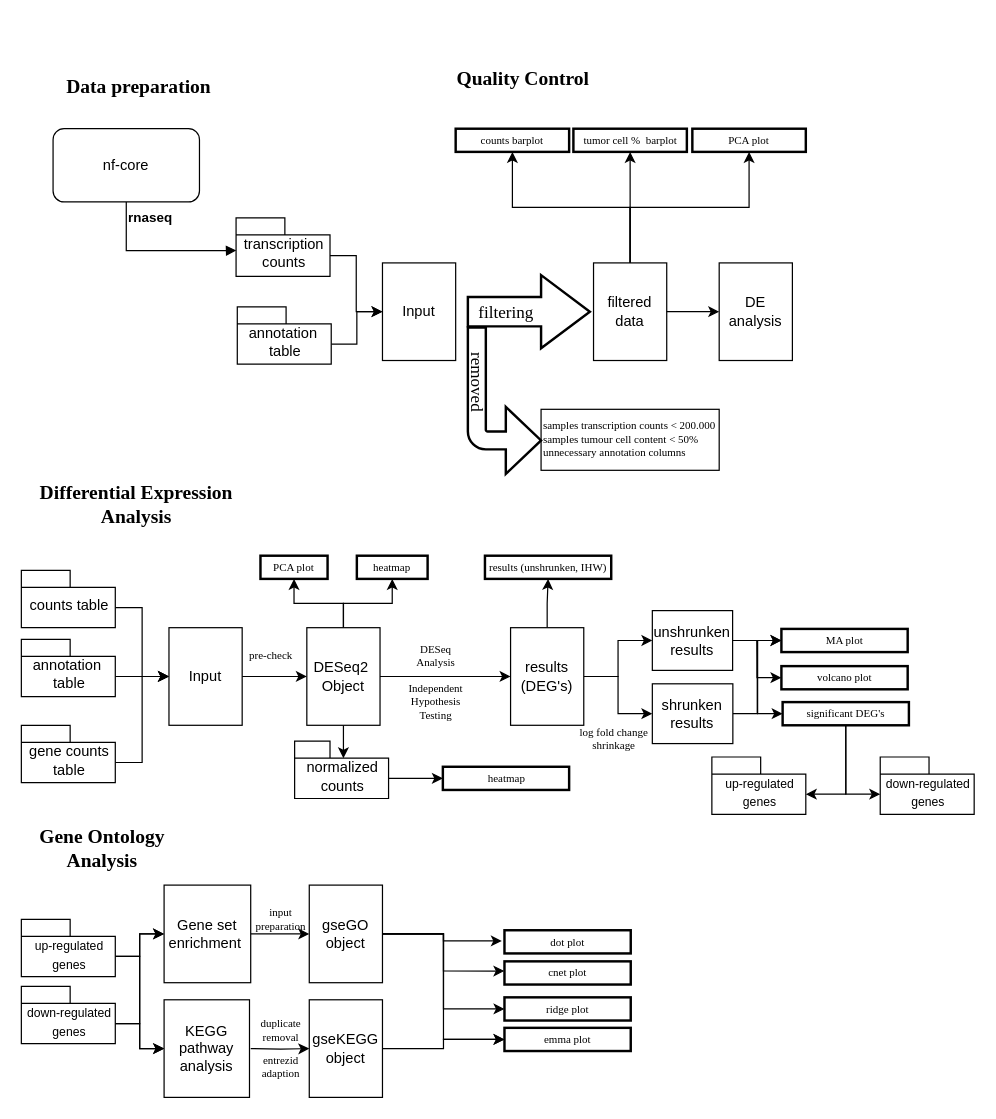
Earlier version of the draw.io diagram bin/pipeline workflow.drawio (KoenVanderBurg/Thesis_project). Source tidied: cells renumbered, new cells numbered last; positions are measured from the earlier drawing's top-left corner, leaving out a move shared by most shapes. Both pictures are drawn from the tidied source at 122%, with x=0, y=0 at pixel (21, 60).
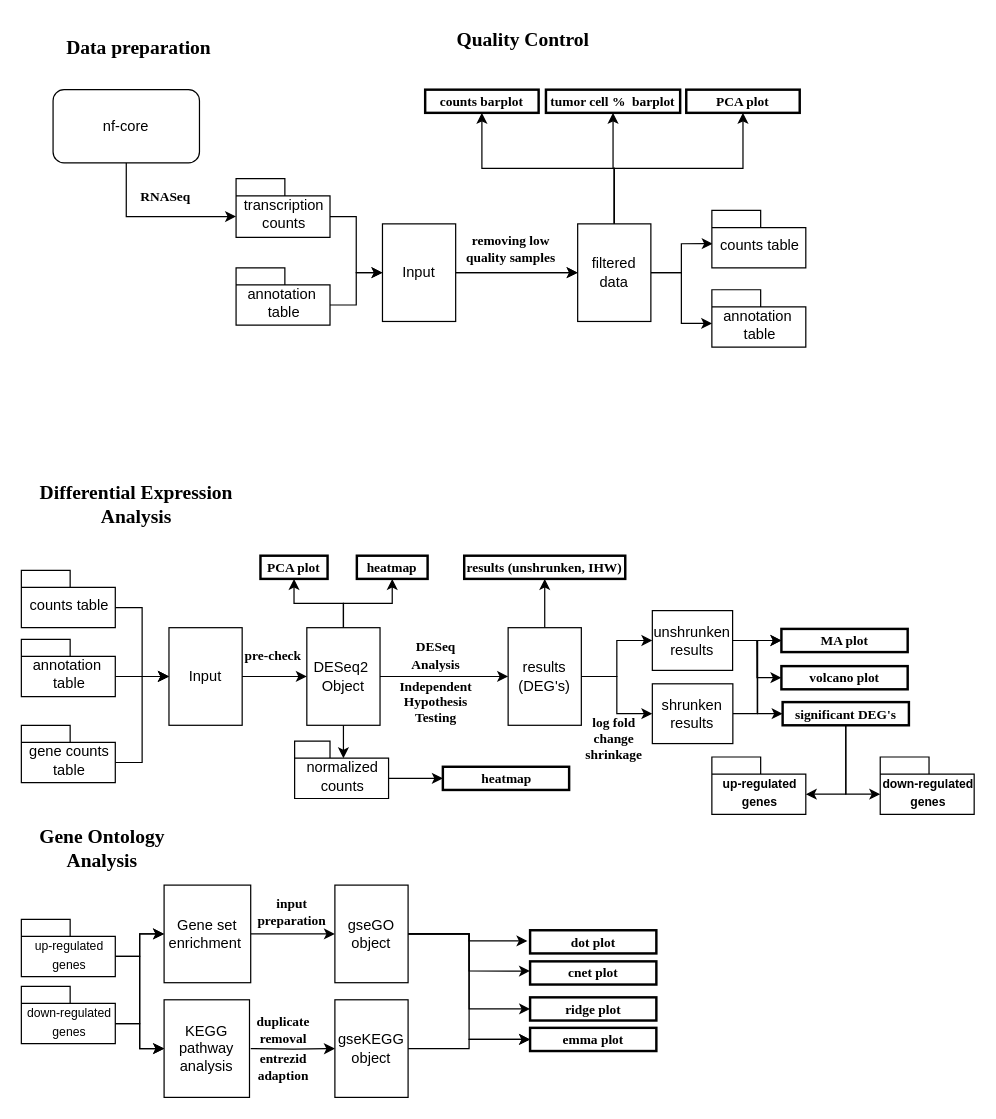
Above is the later version.

What changed in the source:
```diff
@@
+    <mxCell id="90" style="edgeStyle=orthogonalEdgeStyle;rounded=0;jettySize=auto;html=1;exitX=1;exitY=0.5;exitDx=0;exitDy=0;entryX=0;entryY=0.5;entryDx=0;entryDy=0;fontSize=13;" parent="1" edge="1" source="2" target="18">
+      <mxGeometry relative="1" as="geometry" />
+    </mxCell>
+    <mxCell id="91" style="edgeStyle=orthogonalEdgeStyle;rounded=0;jettySize=auto;html=1;fontSize=12;" parent="1" edge="1" source="2" target="18">
+      <mxGeometry relative="1" as="geometry" />
+    </mxCell>
     <mxCell id="2" value="Input" style="rounded=0;whiteSpace=wrap;html=1;" parent="1" vertex="1">
-      <mxGeometry x="296" y="166" width="60" height="80" as="geometry" />
+      <mxGeometry x="296" y="134" width="60" height="80" as="geometry" />
     </mxCell>
@@
     <mxCell id="4" value="&lt;span style=&quot;font-weight: normal;&quot;&gt;transcription &lt;br&gt;counts&lt;/span&gt;" style="shape=folder;fontStyle=1;spacingTop=10;tabWidth=40;tabHeight=14;tabPosition=left;html=1;" parent="1" vertex="1">
-      <mxGeometry x="176" y="129" width="77" height="48" as="geometry" />
+      <mxGeometry x="176" y="97" width="77" height="48" as="geometry" />
     </mxCell>
+    <mxCell id="6" style="edgeStyle=orthogonalEdgeStyle;rounded=0;jettySize=auto;html=1;exitX=0.5;exitY=1;exitDx=0;exitDy=0;entryX=0;entryY=0;entryDx=0;entryDy=31;entryPerimeter=0;fontSize=12;" parent="1" edge="1" source="5" target="4">
+      <mxGeometry relative="1" as="geometry" />
+    </mxCell>
     <mxCell id="5" value="nf-core" style="rounded=1;whiteSpace=wrap;html=1;" parent="1" vertex="1">
-      <mxGeometry x="26" y="56" width="120" height="60" as="geometry" />
+      <mxGeometry x="26" y="24" width="120" height="60" as="geometry" />
     </mxCell>
-    <mxCell id="6" value="&lt;b&gt;rnaseq&lt;/b&gt;" style="endArrow=block;endFill=1;html=1;edgeStyle=orthogonalEdgeStyle;align=left;verticalAlign=top;rounded=0;exitX=0.5;exitY=1;exitDx=0;exitDy=0;entryX=0.003;entryY=0.557;entryDx=0;entryDy=0;entryPerimeter=0;" parent="1" edge="1" source="5" target="4">
-      <mxGeometry x="-1" relative="1" as="geometry">
-        <Array as="points">
-          <mxPoint x="86" y="156" />
-          <mxPoint x="165" y="156" />
-          <mxPoint x="165" y="155" />
-        </Array>
-      </mxGeometry>
-    </mxCell>
@@
     <mxCell id="8" value="&lt;span style=&quot;font-weight: normal;&quot;&gt;annotation&amp;nbsp;&lt;br&gt;table&lt;/span&gt;" style="shape=folder;fontStyle=1;spacingTop=10;tabWidth=40;tabHeight=14;tabPosition=left;html=1;" parent="1" vertex="1">
-      <mxGeometry x="177" y="202" width="77" height="47" as="geometry" />
+      <mxGeometry x="176" y="170" width="77" height="47" as="geometry" />
     </mxCell>
     <mxCell id="9" value="Quality Control" style="text;html=1;align=center;verticalAlign=middle;strokeColor=none;fillColor=none;fontSize=16;fontFamily=Times New Roman;fontStyle=1;" parent="1" vertex="1">
-      <mxGeometry x="345.5" width="130" height="30" as="geometry" />
+      <mxGeometry x="345.5" y="-32" width="130" height="30" as="geometry" />
     </mxCell>
     <mxCell id="10" value="Data preparation" style="text;html=1;align=center;verticalAlign=middle;strokeColor=none;fillColor=none;fontSize=16;fontFamily=Times New Roman;fontStyle=1;" parent="1" vertex="1">
-      <mxGeometry x="26" y="6" width="140" height="30" as="geometry" />
+      <mxGeometry x="26" y="-26" width="140" height="30" as="geometry" />
     </mxCell>
-    <mxCell id="11" value="&lt;font style=&quot;font-size: 14px;&quot;&gt;&amp;nbsp; filtering&lt;/font&gt;" style="verticalLabelPosition=middle;verticalAlign=middle;html=1;strokeWidth=2;shape=mxgraph.arrows2.arrow;dy=0.6;dx=40;notch=0;fontFamily=Times New Roman;fontSize=16;labelPosition=center;align=left;" parent="1" vertex="1">
-      <mxGeometry x="366" y="176" width="100" height="60" as="geometry" />
-    </mxCell>
-    <mxCell id="12" value="&lt;span style=&quot;background-color: initial; font-size: 9px;&quot;&gt;samples transcription counts &amp;lt; 200.000&lt;/span&gt;&lt;br style=&quot;font-size: 9px;&quot;&gt;&lt;span style=&quot;background-color: initial;&quot;&gt;samples tumour cell content &amp;lt; 50%&lt;br&gt;unnecessary annotation columns&amp;nbsp;&lt;br&gt;&lt;/span&gt;" style="html=1;fontFamily=Times New Roman;fontSize=9;align=left;labelPosition=center;verticalLabelPosition=middle;verticalAlign=middle;" parent="1" vertex="1">
-      <mxGeometry x="426" y="286" width="146" height="50" as="geometry" />
-    </mxCell>
-    <mxCell id="13" style="html=1;shadow=0;dashed=0;align=center;verticalAlign=middle;shape=mxgraph.arrows2.bendArrow;dy=7.36;dx=28.9;notch=0;arrowHead=55;rounded=1;fontFamily=Times New Roman;fontSize=14;rotation=0;direction=east;flipV=1;fontStyle=1;strokeWidth=2;" parent="1" vertex="1">
-      <mxGeometry x="366" y="219" width="60" height="120" as="geometry" />
-    </mxCell>
-    <mxCell id="14" value="removed" style="text;html=1;strokeColor=none;fillColor=none;align=center;verticalAlign=middle;whiteSpace=wrap;rounded=0;fontFamily=Times New Roman;fontSize=14;rotation=90;" parent="1" vertex="1">
-      <mxGeometry x="340" y="249" width="66" height="30" as="geometry" />
-    </mxCell>
@@
+    <mxCell id="92" style="edgeStyle=orthogonalEdgeStyle;rounded=0;jettySize=auto;html=1;exitX=1;exitY=0.5;exitDx=0;exitDy=0;entryX=0.009;entryY=0.58;entryDx=0;entryDy=0;entryPerimeter=0;fontSize=13;" parent="1" edge="1" source="18" target="96">
+      <mxGeometry relative="1" as="geometry" />
+    </mxCell>
+    <mxCell id="93" style="edgeStyle=orthogonalEdgeStyle;rounded=0;jettySize=auto;html=1;entryX=0.003;entryY=0.587;entryDx=0;entryDy=0;entryPerimeter=0;fontSize=13;" parent="1" edge="1" source="18" target="95">
+      <mxGeometry relative="1" as="geometry" />
+    </mxCell>
     <mxCell id="18" value="filtered data" style="rounded=0;whiteSpace=wrap;html=1;" parent="1" vertex="1">
-      <mxGeometry x="469" y="166" width="60" height="80" as="geometry" />
+      <mxGeometry x="456" y="134" width="60" height="80" as="geometry" />
     </mxCell>
-    <mxCell id="19" value="counts barplot" style="rounded=0;whiteSpace=wrap;html=1;fontFamily=Times New Roman;fontSize=9;strokeWidth=2;" parent="1" vertex="1">
-      <mxGeometry x="356" y="56" width="93" height="19" as="geometry" />
+    <mxCell id="19" value="counts barplot" style="rounded=0;whiteSpace=wrap;html=1;fontFamily=Times New Roman;fontSize=11;strokeWidth=2;fontStyle=1;" parent="1" vertex="1">
+      <mxGeometry x="331" y="24" width="93" height="19" as="geometry" />
     </mxCell>
-    <mxCell id="20" value="tumor cell %&amp;nbsp; barplot" style="rounded=0;whiteSpace=wrap;html=1;fontFamily=Times New Roman;fontSize=9;strokeWidth=2;" parent="1" vertex="1">
-      <mxGeometry x="452.5" y="56" width="93" height="19" as="geometry" />
+    <mxCell id="20" value="tumor cell %&amp;nbsp; barplot" style="rounded=0;whiteSpace=wrap;html=1;fontFamily=Times New Roman;fontSize=11;strokeWidth=2;fontStyle=1;" parent="1" vertex="1">
+      <mxGeometry x="430" y="24" width="110" height="19" as="geometry" />
     </mxCell>
-    <mxCell id="21" value="PCA plot" style="rounded=0;whiteSpace=wrap;html=1;fontFamily=Times New Roman;fontSize=9;strokeWidth=2;" parent="1" vertex="1">
-      <mxGeometry x="550" y="56" width="93" height="19" as="geometry" />
+    <mxCell id="21" value="PCA plot" style="rounded=0;whiteSpace=wrap;html=1;fontFamily=Times New Roman;fontSize=11;strokeWidth=2;fontStyle=1;" parent="1" vertex="1">
+      <mxGeometry x="545" y="24" width="93" height="19" as="geometry" />
     </mxCell>
-    <mxCell id="22" value="DE analysis" style="rounded=0;whiteSpace=wrap;html=1;" parent="1" vertex="1">
-      <mxGeometry x="572" y="166" width="60" height="80" as="geometry" />
-    </mxCell>
-    <mxCell id="23" style="endArrow=classic;html=1;rounded=0;fontFamily=Times New Roman;fontSize=9;entryX=0;entryY=0.5;entryDx=0;entryDy=0;exitX=1;exitY=0.5;exitDx=0;exitDy=0;" parent="1" edge="1" source="18" target="22">
-      <mxGeometry relative="1" as="geometry" />
-    </mxCell>
@@
-    <mxCell id="38" value="pre-check&amp;nbsp;" style="text;html=1;strokeColor=none;fillColor=none;align=center;verticalAlign=middle;whiteSpace=wrap;rounded=0;fontFamily=Times New Roman;fontSize=9;" parent="1" vertex="1">
-      <mxGeometry x="176" y="473" width="60" height="30" as="geometry" />
+    <mxCell id="38" value="pre-check&amp;nbsp;" style="text;html=1;strokeColor=none;fillColor=none;align=center;verticalAlign=middle;whiteSpace=wrap;rounded=0;fontFamily=Times New Roman;fontSize=11;fontStyle=1;" parent="1" vertex="1">
+      <mxGeometry x="178" y="473" width="60" height="30" as="geometry" />
     </mxCell>
-    <mxCell id="39" value="PCA plot" style="rounded=0;whiteSpace=wrap;html=1;fontFamily=Times New Roman;fontSize=9;strokeWidth=2;" parent="1" vertex="1">
+    <mxCell id="39" value="PCA plot" style="rounded=0;whiteSpace=wrap;html=1;fontFamily=Times New Roman;fontSize=11;strokeWidth=2;fontStyle=1;" parent="1" vertex="1">
       <mxGeometry x="196" y="406" width="55" height="19" as="geometry" />
     </mxCell>
-    <mxCell id="40" value="heatmap" style="rounded=0;whiteSpace=wrap;html=1;fontFamily=Times New Roman;fontSize=9;strokeWidth=2;" parent="1" vertex="1">
+    <mxCell id="40" value="heatmap" style="rounded=0;whiteSpace=wrap;html=1;fontFamily=Times New Roman;fontSize=11;strokeWidth=2;fontStyle=1;" parent="1" vertex="1">
       <mxGeometry x="275" y="406" width="58" height="19" as="geometry" />
     </mxCell>
@@
     <mxCell id="44" value="results (DEG's)" style="rounded=0;whiteSpace=wrap;html=1;" parent="1" vertex="1">
-      <mxGeometry x="401" y="465" width="60" height="80" as="geometry" />
+      <mxGeometry x="399" y="465" width="60" height="80" as="geometry" />
     </mxCell>
-    <mxCell id="45" value="DESeq Analysis" style="text;html=1;strokeColor=none;fillColor=none;align=center;verticalAlign=middle;whiteSpace=wrap;rounded=0;fontFamily=Times New Roman;fontSize=9;" parent="1" vertex="1">
+    <mxCell id="45" value="DESeq Analysis" style="text;html=1;strokeColor=none;fillColor=none;align=center;verticalAlign=middle;whiteSpace=wrap;rounded=0;fontFamily=Times New Roman;fontSize=11;fontStyle=1;" parent="1" vertex="1">
       <mxGeometry x="309.5" y="473" width="60" height="30" as="geometry" />
     </mxCell>
-    <mxCell id="46" value="Independent Hypothesis Testing" style="text;html=1;strokeColor=none;fillColor=none;align=center;verticalAlign=middle;whiteSpace=wrap;rounded=0;fontFamily=Times New Roman;fontSize=9;" parent="1" vertex="1">
+    <mxCell id="46" value="Independent Hypothesis Testing" style="text;html=1;strokeColor=none;fillColor=none;align=center;verticalAlign=middle;whiteSpace=wrap;rounded=0;fontFamily=Times New Roman;fontSize=11;fontStyle=1;" parent="1" vertex="1">
       <mxGeometry x="309.5" y="511" width="60" height="30" as="geometry" />
     </mxCell>
-    <mxCell id="47" value="results (unshrunken, IHW)" style="rounded=0;whiteSpace=wrap;html=1;fontFamily=Times New Roman;fontSize=9;strokeWidth=2;" parent="1" vertex="1">
-      <mxGeometry x="380" y="406" width="103.5" height="19" as="geometry" />
+    <mxCell id="47" value="&lt;b&gt;&lt;font style=&quot;font-size: 11px;&quot;&gt;results (unshrunken, IHW)&lt;/font&gt;&lt;/b&gt;" style="rounded=0;whiteSpace=wrap;html=1;fontFamily=Times New Roman;fontSize=9;strokeWidth=2;" parent="1" vertex="1">
+      <mxGeometry x="363" y="406" width="132" height="19" as="geometry" />
     </mxCell>
@@
-    <mxCell id="50" value="log fold change shrinkage" style="text;html=1;strokeColor=none;fillColor=none;align=center;verticalAlign=middle;whiteSpace=wrap;rounded=0;fontFamily=Times New Roman;fontSize=9;" parent="1" vertex="1">
+    <mxCell id="50" value="log fold change shrinkage" style="text;html=1;strokeColor=none;fillColor=none;align=center;verticalAlign=middle;whiteSpace=wrap;rounded=0;fontFamily=Times New Roman;fontSize=11;fontStyle=1;" parent="1" vertex="1">
       <mxGeometry x="456" y="541" width="60" height="30" as="geometry" />
     </mxCell>
-    <mxCell id="51" value="MA plot" style="rounded=0;whiteSpace=wrap;html=1;fontFamily=Times New Roman;fontSize=9;strokeWidth=2;" parent="1" vertex="1">
+    <mxCell id="51" value="MA plot" style="rounded=0;whiteSpace=wrap;html=1;fontFamily=Times New Roman;fontSize=11;strokeWidth=2;fontStyle=1;" parent="1" vertex="1">
       <mxGeometry x="623" y="466" width="103.5" height="19" as="geometry" />
     </mxCell>
@@
-    <mxCell id="58" value="significant DEG's" style="rounded=0;whiteSpace=wrap;html=1;fontFamily=Times New Roman;fontSize=9;strokeWidth=2;" parent="1" vertex="1">
+    <mxCell id="58" value="significant DEG's" style="rounded=0;whiteSpace=wrap;html=1;fontFamily=Times New Roman;fontSize=11;strokeWidth=2;fontStyle=1;" parent="1" vertex="1">
       <mxGeometry x="624" y="526" width="103.5" height="19" as="geometry" />
     </mxCell>
-    <mxCell id="59" value="volcano plot" style="rounded=0;whiteSpace=wrap;html=1;fontFamily=Times New Roman;fontSize=9;strokeWidth=2;" parent="1" vertex="1">
+    <mxCell id="59" value="volcano plot" style="rounded=0;whiteSpace=wrap;html=1;fontFamily=Times New Roman;fontSize=11;strokeWidth=2;fontStyle=1;" parent="1" vertex="1">
       <mxGeometry x="623" y="496.5" width="103.5" height="19" as="geometry" />
     </mxCell>
-    <mxCell id="60" value="heatmap" style="rounded=0;whiteSpace=wrap;html=1;fontFamily=Times New Roman;fontSize=9;strokeWidth=2;" parent="1" vertex="1">
+    <mxCell id="60" value="heatmap" style="rounded=0;whiteSpace=wrap;html=1;fontFamily=Times New Roman;fontSize=11;strokeWidth=2;fontStyle=1;" parent="1" vertex="1">
       <mxGeometry x="345.5" y="579" width="103.5" height="19" as="geometry" />
     </mxCell>
@@
-    <mxCell id="64" value="&lt;font style=&quot;font-size: 10px;&quot;&gt;&lt;span style=&quot;font-weight: 400;&quot;&gt;up-regulated&lt;br&gt;&lt;/span&gt;&lt;span style=&quot;font-weight: normal;&quot;&gt;genes&lt;/span&gt;&lt;/font&gt;" style="shape=folder;fontStyle=1;spacingTop=10;tabWidth=40;tabHeight=14;tabPosition=left;html=1;" parent="1" vertex="1">
+    <mxCell id="64" value="&lt;font style=&quot;font-size: 10px;&quot;&gt;&lt;span style=&quot;&quot;&gt;up-regulated&lt;br&gt;&lt;/span&gt;&lt;span style=&quot;&quot;&gt;genes&lt;/span&gt;&lt;/font&gt;" style="shape=folder;fontStyle=1;spacingTop=10;tabWidth=40;tabHeight=14;tabPosition=left;html=1;" parent="1" vertex="1">
       <mxGeometry x="566" y="571" width="77" height="47" as="geometry" />
     </mxCell>
-    <mxCell id="65" value="&lt;span style=&quot;font-weight: normal; font-size: 10px;&quot;&gt;down-regulated&lt;br&gt;&lt;font style=&quot;font-size: 10px;&quot;&gt;genes&lt;/font&gt;&lt;/span&gt;" style="shape=folder;fontStyle=1;spacingTop=10;tabWidth=40;tabHeight=14;tabPosition=left;html=1;" parent="1" vertex="1">
+    <mxCell id="65" value="&lt;span style=&quot;font-size: 10px;&quot;&gt;down-regulated&lt;br&gt;&lt;font style=&quot;font-size: 10px;&quot;&gt;genes&lt;/font&gt;&lt;/span&gt;" style="shape=folder;fontStyle=1;spacingTop=10;tabWidth=40;tabHeight=14;tabPosition=left;html=1;" parent="1" vertex="1">
       <mxGeometry x="704" y="571" width="77" height="47" as="geometry" />
     </mxCell>
@@
     <mxCell id="79" value="gseGO object" style="rounded=0;whiteSpace=wrap;html=1;" parent="1" vertex="1">
-      <mxGeometry x="236" y="676" width="60" height="80" as="geometry" />
+      <mxGeometry x="257" y="676" width="60" height="80" as="geometry" />
     </mxCell>
-    <mxCell id="80" value="input preparation&lt;br&gt;" style="text;html=1;strokeColor=none;fillColor=none;align=center;verticalAlign=middle;whiteSpace=wrap;rounded=0;fontFamily=Times New Roman;fontSize=9;" parent="1" vertex="1">
-      <mxGeometry x="182.5" y="689" width="60" height="30" as="geometry" />
+    <mxCell id="80" value="input preparation&lt;br style=&quot;font-size: 11px;&quot;&gt;" style="text;html=1;strokeColor=none;fillColor=none;align=center;verticalAlign=middle;whiteSpace=wrap;rounded=0;fontFamily=Times New Roman;fontSize=11;fontStyle=1;" parent="1" vertex="1">
+      <mxGeometry x="191.5" y="683" width="60" height="30" as="geometry" />
     </mxCell>
@@
     <mxCell id="83" value="gseKEGG&lt;br&gt;object" style="rounded=0;whiteSpace=wrap;html=1;" parent="1" vertex="1">
-      <mxGeometry x="236" y="770" width="60" height="80" as="geometry" />
+      <mxGeometry x="257" y="770" width="60" height="80" as="geometry" />
     </mxCell>
-    <mxCell id="84" value="duplicate removal" style="text;html=1;strokeColor=none;fillColor=none;align=center;verticalAlign=middle;whiteSpace=wrap;rounded=0;fontFamily=Times New Roman;fontSize=9;" parent="1" vertex="1">
-      <mxGeometry x="182.5" y="780" width="60" height="30" as="geometry" />
+    <mxCell id="84" value="duplicate removal" style="text;html=1;strokeColor=none;fillColor=none;align=center;verticalAlign=middle;whiteSpace=wrap;rounded=0;fontFamily=Times New Roman;fontSize=11;fontStyle=1;" parent="1" vertex="1">
+      <mxGeometry x="184.5" y="780" width="60" height="30" as="geometry" />
     </mxCell>
-    <mxCell id="85" value="dot plot" style="rounded=0;whiteSpace=wrap;html=1;fontFamily=Times New Roman;fontSize=9;strokeWidth=2;" parent="1" vertex="1">
-      <mxGeometry x="396" y="713" width="103.5" height="19" as="geometry" />
+    <mxCell id="85" value="dot plot" style="rounded=0;whiteSpace=wrap;html=1;fontFamily=Times New Roman;fontSize=11;strokeWidth=2;fontStyle=1;" parent="1" vertex="1">
+      <mxGeometry x="417" y="713" width="103.5" height="19" as="geometry" />
     </mxCell>
-    <mxCell id="86" value="cnet plot" style="rounded=0;whiteSpace=wrap;html=1;fontFamily=Times New Roman;fontSize=9;strokeWidth=2;" parent="1" vertex="1">
-      <mxGeometry x="396" y="738.5" width="103.5" height="19" as="geometry" />
+    <mxCell id="86" value="cnet plot" style="rounded=0;whiteSpace=wrap;html=1;fontFamily=Times New Roman;fontSize=11;strokeWidth=2;fontStyle=1;" parent="1" vertex="1">
+      <mxGeometry x="417" y="738.5" width="103.5" height="19" as="geometry" />
     </mxCell>
-    <mxCell id="87" value="ridge plot" style="rounded=0;whiteSpace=wrap;html=1;fontFamily=Times New Roman;fontSize=9;strokeWidth=2;" parent="1" vertex="1">
-      <mxGeometry x="396" y="768" width="103.5" height="19" as="geometry" />
+    <mxCell id="87" value="ridge plot" style="rounded=0;whiteSpace=wrap;html=1;fontFamily=Times New Roman;fontSize=11;strokeWidth=2;fontStyle=1;" parent="1" vertex="1">
+      <mxGeometry x="417" y="768" width="103.5" height="19" as="geometry" />
     </mxCell>
-    <mxCell id="88" value="emma plot" style="rounded=0;whiteSpace=wrap;html=1;fontFamily=Times New Roman;fontSize=9;strokeWidth=2;" parent="1" vertex="1">
-      <mxGeometry x="396" y="793" width="103.5" height="19" as="geometry" />
+    <mxCell id="88" value="emma plot" style="rounded=0;whiteSpace=wrap;html=1;fontFamily=Times New Roman;fontSize=11;strokeWidth=2;fontStyle=1;" parent="1" vertex="1">
+      <mxGeometry x="417" y="793" width="103.5" height="19" as="geometry" />
     </mxCell>
-    <mxCell id="89" value="entrezid adaption" style="text;html=1;strokeColor=none;fillColor=none;align=center;verticalAlign=middle;whiteSpace=wrap;rounded=0;fontFamily=Times New Roman;fontSize=9;" parent="1" vertex="1">
-      <mxGeometry x="182.5" y="810" width="60" height="30" as="geometry" />
+    <mxCell id="89" value="entrezid adaption" style="text;html=1;strokeColor=none;fillColor=none;align=center;verticalAlign=middle;whiteSpace=wrap;rounded=0;fontFamily=Times New Roman;fontSize=11;fontStyle=1;" parent="1" vertex="1">
+      <mxGeometry x="184.5" y="810" width="60" height="30" as="geometry" />
     </mxCell>
+    <mxCell id="94" value="removing low quality samples" style="text;html=1;strokeColor=none;fillColor=none;align=center;verticalAlign=middle;whiteSpace=wrap;rounded=0;fontFamily=Times New Roman;fontSize=11;fontStyle=1;" parent="1" vertex="1">
+      <mxGeometry x="354.2" y="140" width="94.8" height="30" as="geometry" />
+    </mxCell>
+    <mxCell id="95" value="&lt;span style=&quot;font-weight: normal;&quot;&gt;annotation&amp;nbsp;&lt;br&gt;table&lt;/span&gt;" style="shape=folder;fontStyle=1;spacingTop=10;tabWidth=40;tabHeight=14;tabPosition=left;html=1;" parent="1" vertex="1">
+      <mxGeometry x="566" y="188" width="77" height="47" as="geometry" />
+    </mxCell>
+    <mxCell id="96" value="&lt;span style=&quot;font-weight: 400;&quot;&gt;counts table&lt;/span&gt;" style="shape=folder;fontStyle=1;spacingTop=10;tabWidth=40;tabHeight=14;tabPosition=left;html=1;" parent="1" vertex="1">
+      <mxGeometry x="566" y="123" width="77" height="47" as="geometry" />
+    </mxCell>
+    <mxCell id="97" value="RNASeq" style="text;html=1;strokeColor=none;fillColor=none;align=center;verticalAlign=middle;whiteSpace=wrap;rounded=0;fontFamily=Times New Roman;fontSize=11;fontStyle=1;" parent="1" vertex="1">
+      <mxGeometry x="71.2" y="97" width="94.8" height="30" as="geometry" />
+    </mxCell>
```
